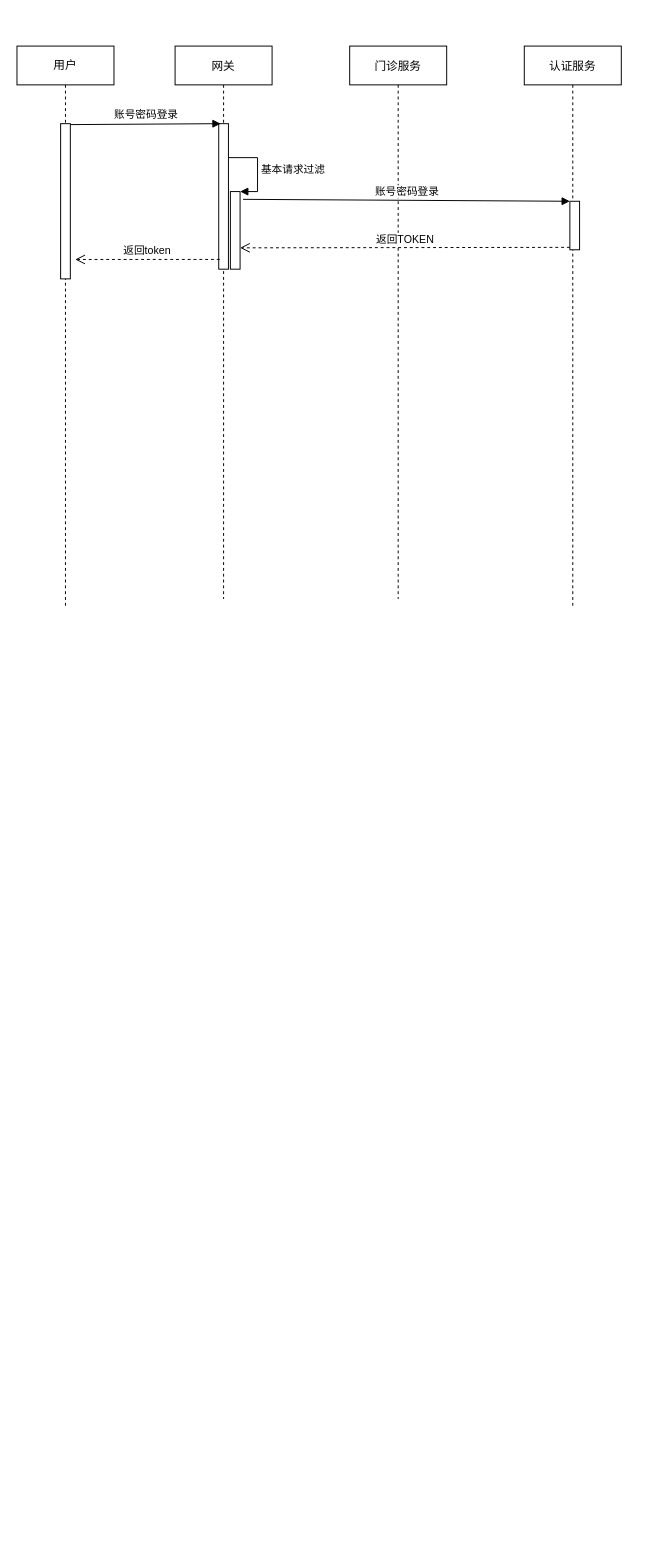
cherishsince/diagrams.net keeps this draw.io diagram as 牙管家/牙管家-登录(TOKEN-JWT).drawio. Above is the earlier version. Source tidied: cells renumbered, new cells numbered last; positions are measured from the earlier drawing's top-left corner, leaving out a move shared by most shapes. Both pictures are drawn from the tidied source at 97%, with x=0, y=0 at pixel (16, 46).
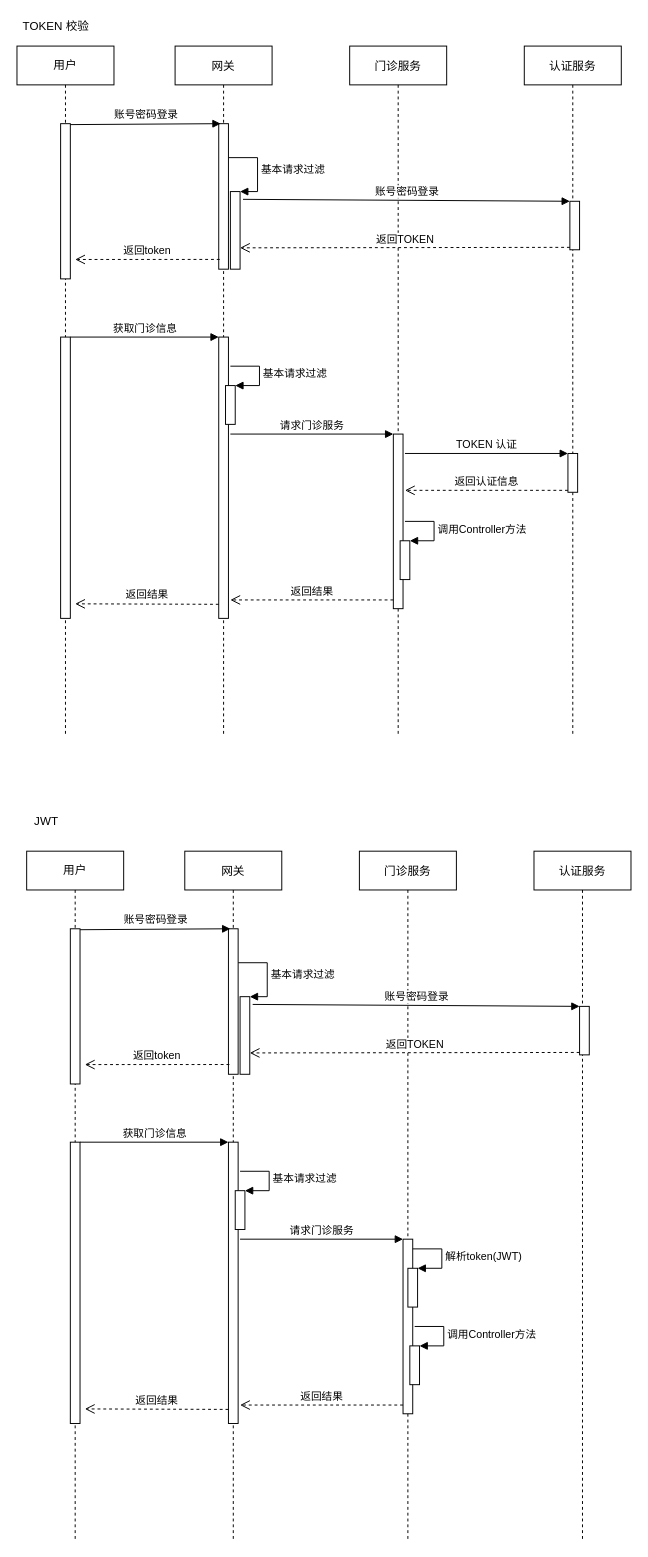
The same page after the edit.

Commit message (it also covers changes not shown here):
更新牙管家-登录(TOKEN-JWT).drawio

The edit, as a diff of the source:
```diff
@@
     <mxCell id="2" value="网关" style="shape=umlLifeline;perimeter=lifelinePerimeter;rounded=0;shadow=0;strokeWidth=1;" parent="1" vertex="1">
-      <mxGeometry x="163" width="100" height="570" as="geometry" />
+      <mxGeometry x="163" width="100" height="710" as="geometry" />
     </mxCell>
@@
+    <mxCell id="15" style="html=1;points=[];perimeter=orthogonalPerimeter;" parent="2" vertex="1">
+      <mxGeometry x="45" y="300" width="10" height="290" as="geometry" />
+    </mxCell>
+    <mxCell id="16" style="html=1;points=[];perimeter=orthogonalPerimeter;" parent="2" vertex="1">
+      <mxGeometry x="52" y="350" width="10" height="40" as="geometry" />
+    </mxCell>
+    <mxCell id="17" value="基本请求过滤" style="edgeStyle=orthogonalEdgeStyle;html=1;align=left;spacingLeft=2;endArrow=block;rounded=0;entryX=1;entryY=0;" parent="2" edge="1" target="16">
+      <mxGeometry relative="1" as="geometry">
+        <mxPoint x="57" y="330" as="sourcePoint" />
+        <Array as="points">
+          <mxPoint x="87" y="330" />
+        </Array>
+      </mxGeometry>
+    </mxCell>
     <mxCell id="5" value="门诊服务" style="shape=umlLifeline;perimeter=lifelinePerimeter;rounded=0;shadow=0;strokeWidth=1;" parent="1" vertex="1">
-      <mxGeometry x="343" width="100" height="570" as="geometry" />
+      <mxGeometry x="343" width="100" height="710" as="geometry" />
     </mxCell>
+    <mxCell id="18" style="html=1;points=[];perimeter=orthogonalPerimeter;" parent="5" vertex="1">
+      <mxGeometry x="45" y="400" width="10" height="180" as="geometry" />
+    </mxCell>
+    <mxCell id="19" value="请求门诊服务" style="html=1;verticalAlign=bottom;endArrow=block;entryX=0;entryY=0;" parent="5" edge="1" target="18">
+      <mxGeometry relative="1" as="geometry">
+        <mxPoint x="-123" y="400" as="sourcePoint" />
+      </mxGeometry>
+    </mxCell>
+    <mxCell id="20" style="html=1;points=[];perimeter=orthogonalPerimeter;" parent="5" vertex="1">
+      <mxGeometry x="52" y="510" width="10" height="40" as="geometry" />
+    </mxCell>
+    <mxCell id="21" value="调用Controller方法" style="edgeStyle=orthogonalEdgeStyle;html=1;align=left;spacingLeft=2;endArrow=block;rounded=0;entryX=1;entryY=0;" parent="5" edge="1" target="20">
+      <mxGeometry relative="1" as="geometry">
+        <mxPoint x="57" y="490" as="sourcePoint" />
+        <Array as="points">
+          <mxPoint x="87" y="490" />
+        </Array>
+      </mxGeometry>
+    </mxCell>
     <mxCell id="6" value="认证服务" style="shape=umlLifeline;perimeter=lifelinePerimeter;rounded=0;shadow=0;strokeWidth=1;" parent="1" vertex="1">
-      <mxGeometry x="523" width="100" height="580" as="geometry" />
+      <mxGeometry x="523" width="100" height="710" as="geometry" />
     </mxCell>
+    <mxCell id="22" style="html=1;points=[];perimeter=orthogonalPerimeter;" parent="6" vertex="1">
+      <mxGeometry x="45" y="420" width="10" height="40" as="geometry" />
+    </mxCell>
+    <mxCell id="23" value="返回认证信息" style="html=1;verticalAlign=bottom;endArrow=open;dashed=1;endSize=8;exitX=0;exitY=0.95;" parent="6" edge="1" source="22">
+      <mxGeometry relative="1" as="geometry">
+        <mxPoint x="-123" y="458" as="targetPoint" />
+      </mxGeometry>
+    </mxCell>
@@
     <mxCell id="11" value="用户" style="shape=umlLifeline;perimeter=lifelinePerimeter;whiteSpace=wrap;html=1;" parent="1" vertex="1">
-      <mxGeometry width="100" height="580" as="geometry" />
+      <mxGeometry width="100" height="710" as="geometry" />
     </mxCell>
@@
+    <mxCell id="24" style="html=1;points=[];perimeter=orthogonalPerimeter;" parent="11" vertex="1">
+      <mxGeometry x="45" y="300" width="10" height="290" as="geometry" />
+    </mxCell>
@@
+    <mxCell id="25" value="获取门诊信息" style="html=1;verticalAlign=bottom;endArrow=block;entryX=0;entryY=0;" parent="1" edge="1" source="24" target="15">
+      <mxGeometry relative="1" as="geometry" />
+    </mxCell>
+    <mxCell id="26" value="返回结果" style="html=1;verticalAlign=bottom;endArrow=open;dashed=1;endSize=8;exitX=0;exitY=0.95;" parent="1" edge="1" source="15">
+      <mxGeometry relative="1" as="geometry">
+        <mxPoint x="60" y="575" as="targetPoint" />
+      </mxGeometry>
+    </mxCell>
+    <mxCell id="27" value="返回结果" style="html=1;verticalAlign=bottom;endArrow=open;dashed=1;endSize=8;exitX=0;exitY=0.95;" parent="1" edge="1" source="18">
+      <mxGeometry relative="1" as="geometry">
+        <mxPoint x="220" y="571" as="targetPoint" />
+      </mxGeometry>
+    </mxCell>
+    <mxCell id="28" value="TOKEN 认证" style="html=1;verticalAlign=bottom;endArrow=block;entryX=0;entryY=0;" parent="1" edge="1" target="22">
+      <mxGeometry relative="1" as="geometry">
+        <mxPoint x="400" y="420" as="sourcePoint" />
+      </mxGeometry>
+    </mxCell>
+    <mxCell id="29" value="网关" style="shape=umlLifeline;perimeter=lifelinePerimeter;rounded=0;shadow=0;strokeWidth=1;" parent="1" vertex="1">
+      <mxGeometry x="173" y="830" width="100" height="710" as="geometry" />
+    </mxCell>
+    <mxCell id="30" style="html=1;points=[];perimeter=orthogonalPerimeter;" parent="29" vertex="1">
+      <mxGeometry x="57" y="150" width="10" height="80" as="geometry" />
+    </mxCell>
+    <mxCell id="31" value="基本请求过滤" style="edgeStyle=orthogonalEdgeStyle;html=1;align=left;spacingLeft=2;endArrow=block;rounded=0;entryX=1;entryY=0;" parent="29" edge="1" target="30">
+      <mxGeometry relative="1" as="geometry">
+        <mxPoint x="55" y="115" as="sourcePoint" />
+        <Array as="points">
+          <mxPoint x="85" y="115" />
+        </Array>
+      </mxGeometry>
+    </mxCell>
+    <mxCell id="32" style="html=1;points=[];perimeter=orthogonalPerimeter;" parent="29" vertex="1">
+      <mxGeometry x="45" y="300" width="10" height="290" as="geometry" />
+    </mxCell>
+    <mxCell id="33" style="html=1;points=[];perimeter=orthogonalPerimeter;" parent="29" vertex="1">
+      <mxGeometry x="52" y="350" width="10" height="40" as="geometry" />
+    </mxCell>
+    <mxCell id="34" value="基本请求过滤" style="edgeStyle=orthogonalEdgeStyle;html=1;align=left;spacingLeft=2;endArrow=block;rounded=0;entryX=1;entryY=0;" parent="29" edge="1" target="33">
+      <mxGeometry relative="1" as="geometry">
+        <mxPoint x="57" y="330" as="sourcePoint" />
+        <Array as="points">
+          <mxPoint x="87" y="330" />
+        </Array>
+      </mxGeometry>
+    </mxCell>
+    <mxCell id="35" value="门诊服务" style="shape=umlLifeline;perimeter=lifelinePerimeter;rounded=0;shadow=0;strokeWidth=1;" parent="1" vertex="1">
+      <mxGeometry x="353" y="830" width="100" height="710" as="geometry" />
+    </mxCell>
+    <mxCell id="36" style="html=1;points=[];perimeter=orthogonalPerimeter;" parent="35" vertex="1">
+      <mxGeometry x="45" y="400" width="10" height="180" as="geometry" />
+    </mxCell>
+    <mxCell id="37" value="请求门诊服务" style="html=1;verticalAlign=bottom;endArrow=block;entryX=0;entryY=0;" parent="35" edge="1" target="36">
+      <mxGeometry relative="1" as="geometry">
+        <mxPoint x="-123" y="400" as="sourcePoint" />
+      </mxGeometry>
+    </mxCell>
+    <mxCell id="38" style="html=1;points=[];perimeter=orthogonalPerimeter;" parent="35" vertex="1">
+      <mxGeometry x="52" y="510" width="10" height="40" as="geometry" />
+    </mxCell>
+    <mxCell id="39" value="调用Controller方法" style="edgeStyle=orthogonalEdgeStyle;html=1;align=left;spacingLeft=2;endArrow=block;rounded=0;entryX=1;entryY=0;" parent="35" edge="1" target="38">
+      <mxGeometry relative="1" as="geometry">
+        <mxPoint x="57" y="490" as="sourcePoint" />
+        <Array as="points">
+          <mxPoint x="87" y="490" />
+        </Array>
+      </mxGeometry>
+    </mxCell>
+    <mxCell id="40" style="html=1;points=[];perimeter=orthogonalPerimeter;" parent="35" vertex="1">
+      <mxGeometry x="50" y="430" width="10" height="40" as="geometry" />
+    </mxCell>
+    <mxCell id="41" value="解析token(JWT)" style="edgeStyle=orthogonalEdgeStyle;html=1;align=left;spacingLeft=2;endArrow=block;rounded=0;entryX=1;entryY=0;" parent="35" edge="1" target="40">
+      <mxGeometry relative="1" as="geometry">
+        <mxPoint x="55" y="410" as="sourcePoint" />
+        <Array as="points">
+          <mxPoint x="85" y="410" />
+        </Array>
+      </mxGeometry>
+    </mxCell>
+    <mxCell id="42" value="认证服务" style="shape=umlLifeline;perimeter=lifelinePerimeter;rounded=0;shadow=0;strokeWidth=1;" parent="1" vertex="1">
+      <mxGeometry x="533" y="830" width="100" height="710" as="geometry" />
+    </mxCell>
+    <mxCell id="43" style="html=1;points=[];perimeter=orthogonalPerimeter;" parent="1" vertex="1">
+      <mxGeometry x="218" y="910" width="10" height="150" as="geometry" />
+    </mxCell>
+    <mxCell id="44" style="html=1;points=[];perimeter=orthogonalPerimeter;" parent="1" vertex="1">
+      <mxGeometry x="580" y="990" width="10" height="50" as="geometry" />
+    </mxCell>
+    <mxCell id="45" value="账号密码登录" style="html=1;verticalAlign=bottom;endArrow=block;entryX=0;entryY=0;exitX=1.3;exitY=0.1;exitDx=0;exitDy=0;exitPerimeter=0;" parent="1" edge="1" source="30" target="44">
+      <mxGeometry relative="1" as="geometry" />
+    </mxCell>
+    <mxCell id="46" value="返回TOKEN" style="html=1;verticalAlign=bottom;endArrow=open;dashed=1;endSize=8;exitX=0;exitY=0.95;" parent="1" edge="1" source="44">
+      <mxGeometry relative="1" as="geometry">
+        <mxPoint x="240" y="1038" as="targetPoint" />
+      </mxGeometry>
+    </mxCell>
+    <mxCell id="47" value="用户" style="shape=umlLifeline;perimeter=lifelinePerimeter;whiteSpace=wrap;html=1;" parent="1" vertex="1">
+      <mxGeometry x="10" y="830" width="100" height="710" as="geometry" />
+    </mxCell>
+    <mxCell id="48" style="html=1;points=[];perimeter=orthogonalPerimeter;" parent="47" vertex="1">
+      <mxGeometry x="45" y="80" width="10" height="160" as="geometry" />
+    </mxCell>
+    <mxCell id="49" style="html=1;points=[];perimeter=orthogonalPerimeter;" parent="47" vertex="1">
+      <mxGeometry x="45" y="300" width="10" height="290" as="geometry" />
+    </mxCell>
+    <mxCell id="50" value="账号密码登录" style="html=1;verticalAlign=bottom;endArrow=block;exitX=1;exitY=0.006;exitDx=0;exitDy=0;exitPerimeter=0;entryX=0.2;entryY=0;entryDx=0;entryDy=0;entryPerimeter=0;" parent="1" edge="1" source="48" target="43">
+      <mxGeometry relative="1" as="geometry" />
+    </mxCell>
+    <mxCell id="51" value="返回token" style="html=1;verticalAlign=bottom;endArrow=open;dashed=1;endSize=8;exitX=0.1;exitY=0.933;exitDx=0;exitDy=0;exitPerimeter=0;" parent="1" edge="1" source="43">
+      <mxGeometry relative="1" as="geometry">
+        <mxPoint x="70" y="1050" as="targetPoint" />
+      </mxGeometry>
+    </mxCell>
+    <mxCell id="52" value="获取门诊信息" style="html=1;verticalAlign=bottom;endArrow=block;entryX=0;entryY=0;" parent="1" edge="1" source="49" target="32">
+      <mxGeometry relative="1" as="geometry" />
+    </mxCell>
+    <mxCell id="53" value="返回结果" style="html=1;verticalAlign=bottom;endArrow=open;dashed=1;endSize=8;exitX=0;exitY=0.95;" parent="1" edge="1" source="32">
+      <mxGeometry relative="1" as="geometry">
+        <mxPoint x="70" y="1405" as="targetPoint" />
+      </mxGeometry>
+    </mxCell>
+    <mxCell id="54" value="返回结果" style="html=1;verticalAlign=bottom;endArrow=open;dashed=1;endSize=8;exitX=0;exitY=0.95;" parent="1" edge="1" source="36">
+      <mxGeometry relative="1" as="geometry">
+        <mxPoint x="230" y="1401" as="targetPoint" />
+      </mxGeometry>
+    </mxCell>
+    <mxCell id="55" value="JWT" style="text;html=1;align=center;verticalAlign=middle;strokeColor=none;" parent="1" vertex="1">
+      <mxGeometry x="10" y="790" width="40" height="20" as="geometry" />
+    </mxCell>
+    <mxCell id="56" value="TOKEN 校验" style="text;html=1;align=center;verticalAlign=middle;strokeColor=none;" parent="1" vertex="1">
+      <mxGeometry y="-30" width="80" height="20" as="geometry" />
+    </mxCell>
```
